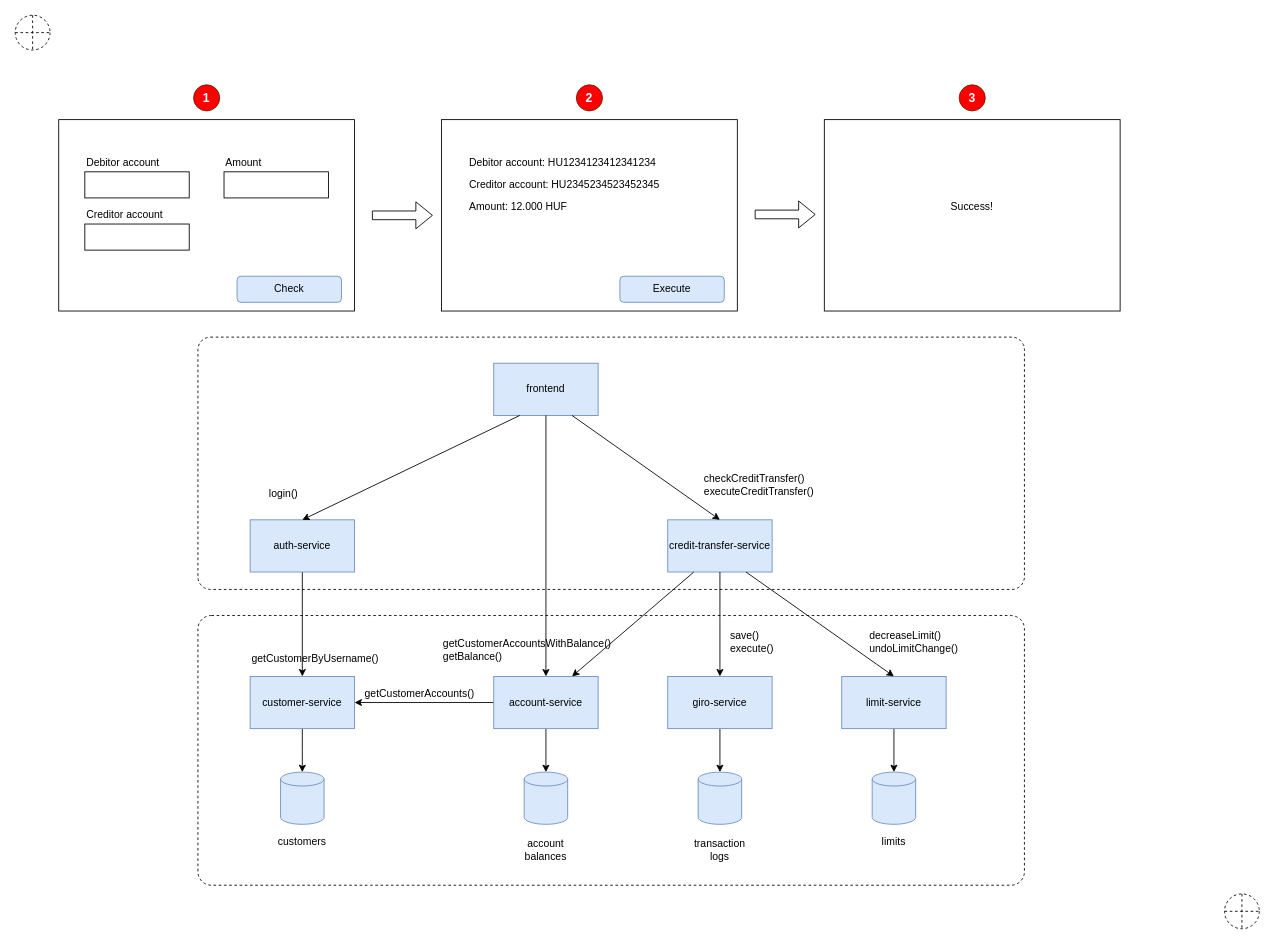
Before: docs/microorchestrator.drawio in nagypet/microorchestrator, a draw.io diagram. Source tidied: cells renumbered, new cells numbered last; positions are measured from the earlier drawing's top-left corner, leaving out a move shared by most shapes. Both pictures are drawn from the tidied source at 87%, with x=0, y=0 at pixel (15, 15).
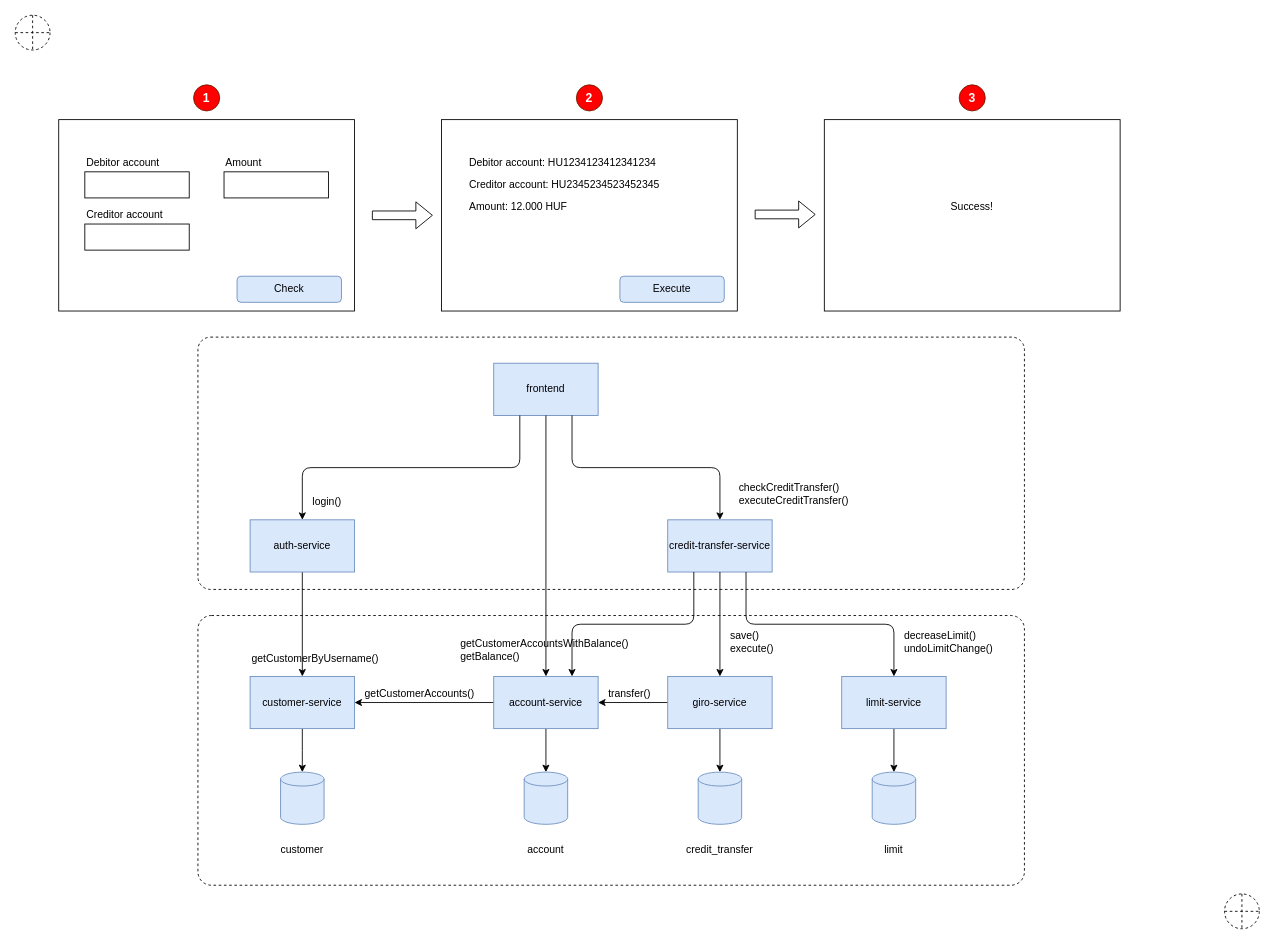
The same diagram, later.

Unchanged cells that the change refers to:
```xml
<mxCell id="6" value="account-service" style="rounded=0;whiteSpace=wrap;html=1;fillColor=#dae8fc;strokeColor=#6c8ebf;" parent="1" vertex="1">
  <mxGeometry x="550" y="760" width="120" height="60" as="geometry" />
</mxCell>
<mxCell id="8" value="giro-service" style="rounded=0;whiteSpace=wrap;html=1;fillColor=#dae8fc;strokeColor=#6c8ebf;" parent="1" vertex="1">
  <mxGeometry x="750" y="760" width="120" height="60" as="geometry" />
</mxCell>
<mxCell id="13" value="credit-transfer-service" style="rounded=0;whiteSpace=wrap;html=1;fillColor=#dae8fc;strokeColor=#6c8ebf;" parent="1" vertex="1">
  <mxGeometry x="750" y="580" width="120" height="60" as="geometry" />
</mxCell>
<mxCell id="14" value="frontend" style="rounded=0;whiteSpace=wrap;html=1;fillColor=#dae8fc;strokeColor=#6c8ebf;" parent="1" vertex="1">
  <mxGeometry x="550" y="400" width="120" height="60" as="geometry" />
</mxCell>
<mxCell id="25" value="limit-service" style="rounded=0;whiteSpace=wrap;html=1;fillColor=#dae8fc;strokeColor=#6c8ebf;" parent="1" vertex="1">
  <mxGeometry x="950" y="760" width="120" height="60" as="geometry" />
</mxCell>
<mxCell id="52" value="auth-service" style="rounded=0;whiteSpace=wrap;html=1;fillColor=#dae8fc;strokeColor=#6c8ebf;" parent="1" vertex="1">
  <mxGeometry x="270" y="580" width="120" height="60" as="geometry" />
</mxCell>
```

Diff of the diagram source:
```diff
@@
+    <mxCell id="3" style="rounded=1;whiteSpace=wrap;html=1;fontSize=14;align=center;fillColor=none;arcSize=5;dashed=1;" parent="1" vertex="1">
+      <mxGeometry x="210" y="690" width="950" height="310" as="geometry" />
+    </mxCell>
@@
-    <mxCell id="3" style="rounded=1;whiteSpace=wrap;html=1;fontSize=14;align=center;fillColor=none;arcSize=5;dashed=1;" parent="1" vertex="1">
-      <mxGeometry x="210" y="690" width="950" height="310" as="geometry" />
-    </mxCell>
@@
+    <mxCell id="60" style="edgeStyle=none;rounded=1;jettySize=auto;html=1;" parent="1" edge="1" source="8" target="6">
+      <mxGeometry relative="1" as="geometry" />
+    </mxCell>
@@
     <mxCell id="16" value="getCustomerAccountsWithBalance()&lt;br&gt;getBalance()" style="text;html=1;strokeColor=none;fillColor=none;align=left;verticalAlign=middle;whiteSpace=wrap;rounded=0;" parent="1" vertex="1">
-      <mxGeometry x="490" y="710" width="220" height="40" as="geometry" />
+      <mxGeometry x="510" y="710" width="220" height="40" as="geometry" />
     </mxCell>
-    <mxCell id="17" value="account balances" style="text;html=1;strokeColor=none;fillColor=none;align=center;verticalAlign=middle;whiteSpace=wrap;rounded=0;" parent="1" vertex="1">
+    <mxCell id="17" value="account" style="text;html=1;strokeColor=none;fillColor=none;align=center;verticalAlign=middle;whiteSpace=wrap;rounded=0;" parent="1" vertex="1">
       <mxGeometry x="570" y="950" width="80" height="20" as="geometry" />
     </mxCell>
-    <mxCell id="18" value="transaction logs" style="text;html=1;strokeColor=none;fillColor=none;align=center;verticalAlign=middle;whiteSpace=wrap;rounded=0;" parent="1" vertex="1">
+    <mxCell id="18" value="credit_transfer" style="text;html=1;strokeColor=none;fillColor=none;align=center;verticalAlign=middle;whiteSpace=wrap;rounded=0;" parent="1" vertex="1">
       <mxGeometry x="770" y="950" width="80" height="20" as="geometry" />
     </mxCell>
@@
-    <mxCell id="20" style="endArrow=classic;html=1;exitX=0.75;exitY=1;exitDx=0;exitDy=0;entryX=0.5;entryY=0;entryDx=0;entryDy=0;" parent="1" edge="1" source="14" target="13">
+    <mxCell id="20" style="endArrow=classic;html=1;exitX=0.75;exitY=1;exitDx=0;exitDy=0;entryX=0.5;entryY=0;entryDx=0;entryDy=0;edgeStyle=orthogonalEdgeStyle;" parent="1" edge="1" source="14" target="13">
       <mxGeometry relative="1" as="geometry" />
     </mxCell>
     <mxCell id="21" value="checkCreditTransfer()&lt;br&gt;executeCreditTransfer()" style="text;html=1;strokeColor=none;fillColor=none;align=left;verticalAlign=middle;whiteSpace=wrap;rounded=0;" parent="1" vertex="1">
-      <mxGeometry x="790" y="520" width="160" height="40" as="geometry" />
+      <mxGeometry x="830" y="530" width="160" height="40" as="geometry" />
     </mxCell>
@@
-    <mxCell id="23" value="limits" style="text;html=1;strokeColor=none;fillColor=none;align=center;verticalAlign=middle;whiteSpace=wrap;rounded=0;" parent="1" vertex="1">
-      <mxGeometry x="970" y="940" width="80" height="20" as="geometry" />
+    <mxCell id="23" value="limit" style="text;html=1;strokeColor=none;fillColor=none;align=center;verticalAlign=middle;whiteSpace=wrap;rounded=0;" parent="1" vertex="1">
+      <mxGeometry x="970" y="950" width="80" height="20" as="geometry" />
     </mxCell>
@@
-    <mxCell id="27" style="endArrow=classic;html=1;exitX=0.25;exitY=1;exitDx=0;exitDy=0;entryX=0.75;entryY=0;entryDx=0;entryDy=0;" parent="1" edge="1" source="13" target="6">
+    <mxCell id="27" style="endArrow=classic;html=1;exitX=0.25;exitY=1;exitDx=0;exitDy=0;entryX=0.75;entryY=0;entryDx=0;entryDy=0;edgeStyle=orthogonalEdgeStyle;" parent="1" edge="1" source="13" target="6">
       <mxGeometry relative="1" as="geometry" />
     </mxCell>
@@
-    <mxCell id="29" style="endArrow=classic;html=1;exitX=0.75;exitY=1;exitDx=0;exitDy=0;entryX=0.5;entryY=0;entryDx=0;entryDy=0;" parent="1" edge="1" source="13" target="25">
+    <mxCell id="29" style="endArrow=classic;html=1;exitX=0.75;exitY=1;exitDx=0;exitDy=0;entryX=0.5;entryY=0;entryDx=0;entryDy=0;edgeStyle=orthogonalEdgeStyle;" parent="1" edge="1" source="13" target="25">
       <mxGeometry relative="1" as="geometry" />
     </mxCell>
     <mxCell id="30" value="decreaseLimit()&lt;br&gt;undoLimitChange()" style="text;html=1;strokeColor=none;fillColor=none;align=left;verticalAlign=middle;whiteSpace=wrap;rounded=0;" parent="1" vertex="1">
-      <mxGeometry x="980" y="700" width="120" height="40" as="geometry" />
+      <mxGeometry x="1020" y="700" width="120" height="40" as="geometry" />
     </mxCell>
@@
-    <mxCell id="53" style="endArrow=classic;html=1;fontSize=14;exitX=0.25;exitY=1;exitDx=0;exitDy=0;entryX=0.5;entryY=0;entryDx=0;entryDy=0;" parent="1" edge="1" source="14" target="52">
+    <mxCell id="53" style="endArrow=classic;html=1;fontSize=14;exitX=0.25;exitY=1;exitDx=0;exitDy=0;entryX=0.5;entryY=0;entryDx=0;entryDy=0;edgeStyle=orthogonalEdgeStyle;" parent="1" edge="1" source="14" target="52">
       <mxGeometry relative="1" as="geometry" />
     </mxCell>
     <mxCell id="54" value="login()" style="text;html=1;strokeColor=none;fillColor=none;align=left;verticalAlign=middle;whiteSpace=wrap;rounded=0;" parent="1" vertex="1">
-      <mxGeometry x="290" y="530" width="65" height="40" as="geometry" />
+      <mxGeometry x="340" y="540" width="65" height="40" as="geometry" />
     </mxCell>
-    <mxCell id="55" value="customers" style="text;html=1;strokeColor=none;fillColor=none;align=center;verticalAlign=middle;whiteSpace=wrap;rounded=0;" parent="1" vertex="1">
-      <mxGeometry x="290" y="940" width="80" height="20" as="geometry" />
+    <mxCell id="55" value="customer" style="text;html=1;strokeColor=none;fillColor=none;align=center;verticalAlign=middle;whiteSpace=wrap;rounded=0;" parent="1" vertex="1">
+      <mxGeometry x="290" y="950" width="80" height="20" as="geometry" />
     </mxCell>
@@
+    <mxCell id="61" value="transfer()" style="text;html=1;strokeColor=none;fillColor=none;align=left;verticalAlign=middle;whiteSpace=wrap;rounded=0;" parent="1" vertex="1">
+      <mxGeometry x="680" y="770" width="60" height="20" as="geometry" />
+    </mxCell>
```
